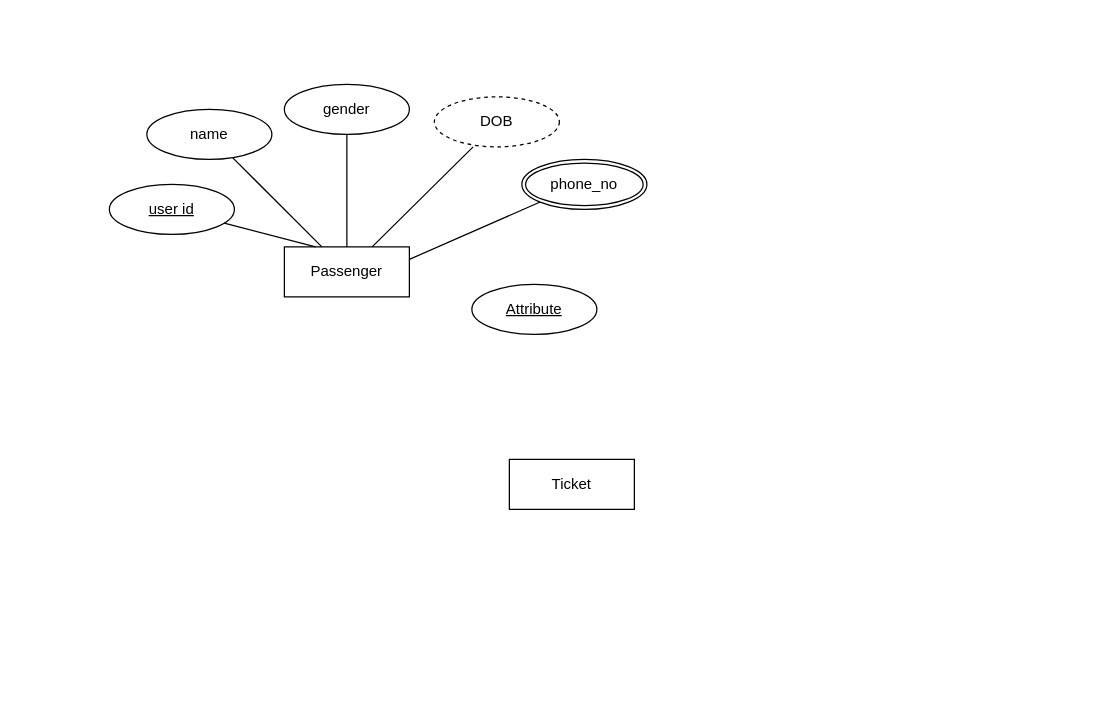
Above: OnlineRailwayReservation.drawio in harishrd/CSSE-2020 (draw.io), before the change. Source tidied: cells renumbered, new cells numbered last; positions are measured from the earlier drawing's top-left corner, leaving out a move shared by most shapes. Both pictures are drawn from the tidied source at 125%, with x=0, y=0 at pixel (109, 84).
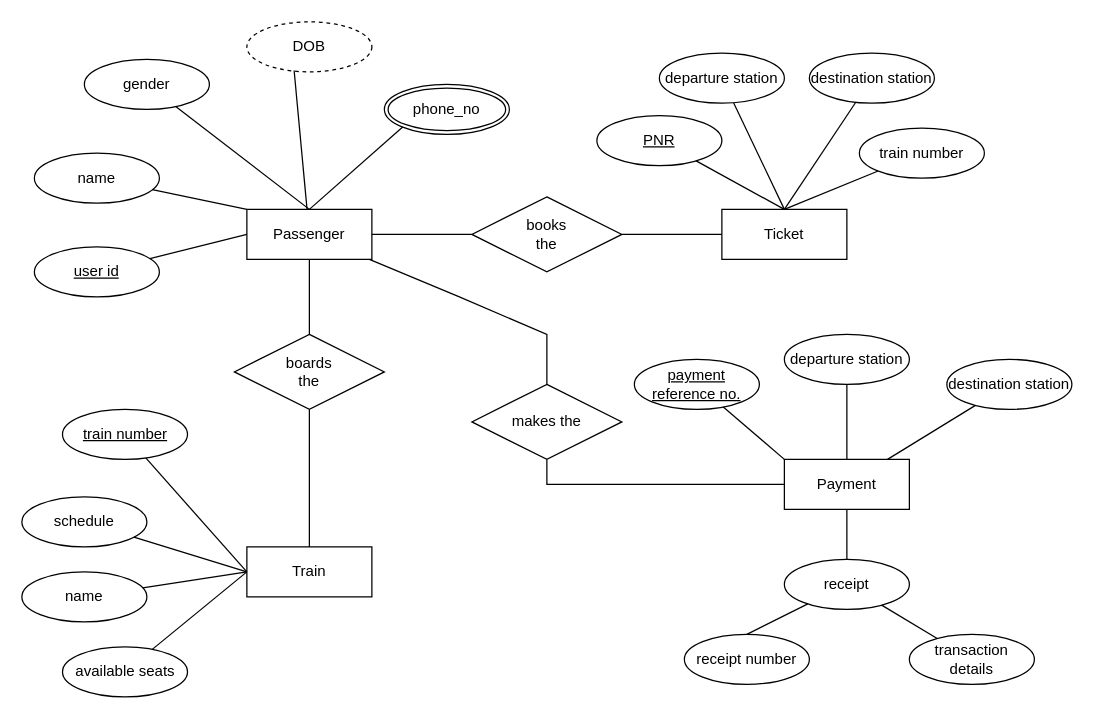
The same diagram, later.

The edit, as a diff of the source:
```diff
@@
     <mxCell id="2" value="Passenger&lt;br&gt;" style="whiteSpace=wrap;html=1;align=center;" parent="1" vertex="1">
-      <mxGeometry x="140" y="130" width="100" height="40" as="geometry" />
+      <mxGeometry x="110" y="100" width="100" height="40" as="geometry" />
     </mxCell>
     <mxCell id="3" value="Ticket&lt;br&gt;" style="whiteSpace=wrap;html=1;align=center;" parent="1" vertex="1">
-      <mxGeometry x="320" y="300" width="100" height="40" as="geometry" />
+      <mxGeometry x="490" y="100" width="100" height="40" as="geometry" />
     </mxCell>
     <mxCell id="4" value="DOB&lt;br&gt;" style="ellipse;whiteSpace=wrap;html=1;align=center;dashed=1;" parent="1" vertex="1">
-      <mxGeometry x="260" y="10" width="100" height="40" as="geometry" />
+      <mxGeometry x="110" y="-50" width="100" height="40" as="geometry" />
     </mxCell>
     <mxCell id="5" value="user id&lt;br&gt;" style="ellipse;whiteSpace=wrap;html=1;align=center;fontStyle=4;" parent="1" vertex="1">
-      <mxGeometry y="80" width="100" height="40" as="geometry" />
+      <mxGeometry x="-60" y="130" width="100" height="40" as="geometry" />
     </mxCell>
     <mxCell id="6" value="gender&lt;br&gt;" style="ellipse;whiteSpace=wrap;html=1;align=center;" parent="1" vertex="1">
-      <mxGeometry x="140" width="100" height="40" as="geometry" />
+      <mxGeometry x="-20" y="-20" width="100" height="40" as="geometry" />
     </mxCell>
     <mxCell id="7" value="name&lt;br&gt;" style="ellipse;whiteSpace=wrap;html=1;align=center;" parent="1" vertex="1">
-      <mxGeometry x="30" y="20" width="100" height="40" as="geometry" />
+      <mxGeometry x="-60" y="55" width="100" height="40" as="geometry" />
     </mxCell>
-    <mxCell id="8" style="endArrow=none;html=1;rounded=0;" parent="1" edge="1" source="7" target="2">
+    <mxCell id="8" style="endArrow=none;html=1;rounded=0;entryX=0;entryY=0;entryDx=0;entryDy=0;" parent="1" edge="1" source="7" target="2">
       <mxGeometry relative="1" as="geometry" />
     </mxCell>
-    <mxCell id="9" style="endArrow=none;html=1;rounded=0;entryX=0.25;entryY=0;entryDx=0;entryDy=0;" parent="1" edge="1" source="5" target="2">
+    <mxCell id="9" style="endArrow=none;html=1;rounded=0;entryX=0;entryY=0.5;entryDx=0;entryDy=0;" parent="1" edge="1" source="5" target="2">
       <mxGeometry relative="1" as="geometry" />
     </mxCell>
-    <mxCell id="10" style="endArrow=none;html=1;rounded=0;exitX=0.31;exitY=1;exitDx=0;exitDy=0;exitPerimeter=0;" parent="1" edge="1" source="4" target="2">
-      <mxGeometry relative="1" as="geometry" />
-    </mxCell>
-    <mxCell id="11" style="endArrow=none;html=1;rounded=0;" parent="1" edge="1" source="6" target="2">
+    <mxCell id="11" style="endArrow=none;html=1;rounded=0;entryX=0.5;entryY=0;entryDx=0;entryDy=0;" parent="1" edge="1" source="6" target="2">
       <mxGeometry relative="1" as="geometry" />
     </mxCell>
-    <mxCell id="12" value="Attribute" style="ellipse;whiteSpace=wrap;html=1;align=center;fontStyle=4;" parent="1" vertex="1">
-      <mxGeometry x="290" y="160" width="100" height="40" as="geometry" />
+    <mxCell id="12" value="PNR&lt;br&gt;" style="ellipse;whiteSpace=wrap;html=1;align=center;fontStyle=4;" parent="1" vertex="1">
+      <mxGeometry x="390" y="25" width="100" height="40" as="geometry" />
     </mxCell>
     <mxCell id="13" value="phone_no&lt;br&gt;" style="ellipse;shape=doubleEllipse;margin=3;whiteSpace=wrap;html=1;align=center;" parent="1" vertex="1">
-      <mxGeometry x="330" y="60" width="100" height="40" as="geometry" />
+      <mxGeometry x="220" width="100" height="40" as="geometry" />
     </mxCell>
-    <mxCell id="14" style="endArrow=none;html=1;rounded=0;exitX=1;exitY=0.25;exitDx=0;exitDy=0;entryX=0;entryY=1;entryDx=0;entryDy=0;" parent="1" edge="1" source="2" target="13">
+    <mxCell id="14" style="endArrow=none;html=1;rounded=0;exitX=0.5;exitY=0;exitDx=0;exitDy=0;entryX=0;entryY=1;entryDx=0;entryDy=0;" parent="1" edge="1" source="2" target="13">
       <mxGeometry relative="1" as="geometry" />
     </mxCell>
+    <mxCell id="15" value="departure station&lt;br&gt;" style="ellipse;whiteSpace=wrap;html=1;align=center;" parent="1" vertex="1">
+      <mxGeometry x="440" y="-25" width="100" height="40" as="geometry" />
+    </mxCell>
+    <mxCell id="16" value="destination station&lt;br&gt;" style="ellipse;whiteSpace=wrap;html=1;align=center;" parent="1" vertex="1">
+      <mxGeometry x="560" y="-25" width="100" height="40" as="geometry" />
+    </mxCell>
+    <mxCell id="17" value="train number&lt;br&gt;" style="ellipse;whiteSpace=wrap;html=1;align=center;" parent="1" vertex="1">
+      <mxGeometry x="600" y="35" width="100" height="40" as="geometry" />
+    </mxCell>
+    <mxCell id="18" value="receipt number&lt;br&gt;" style="ellipse;whiteSpace=wrap;html=1;align=center;" parent="1" vertex="1">
+      <mxGeometry x="460" y="440" width="100" height="40" as="geometry" />
+    </mxCell>
+    <mxCell id="19" style="endArrow=none;html=1;rounded=0;entryX=0.5;entryY=0;entryDx=0;entryDy=0;" parent="1" edge="1" source="12" target="3">
+      <mxGeometry relative="1" as="geometry" />
+    </mxCell>
+    <mxCell id="20" style="endArrow=none;html=1;rounded=0;entryX=0.5;entryY=0;entryDx=0;entryDy=0;" parent="1" edge="1" source="15" target="3">
+      <mxGeometry relative="1" as="geometry" />
+    </mxCell>
+    <mxCell id="21" value="Payment&lt;br&gt;" style="whiteSpace=wrap;html=1;align=center;" parent="1" vertex="1">
+      <mxGeometry x="540" y="300" width="100" height="40" as="geometry" />
+    </mxCell>
+    <mxCell id="22" value="payment&lt;br&gt;reference no.&lt;br&gt;" style="ellipse;whiteSpace=wrap;html=1;align=center;fontStyle=4;" parent="1" vertex="1">
+      <mxGeometry x="420" y="220" width="100" height="40" as="geometry" />
+    </mxCell>
+    <mxCell id="23" value="departure station&lt;br&gt;" style="ellipse;whiteSpace=wrap;html=1;align=center;" parent="1" vertex="1">
+      <mxGeometry x="540" y="200" width="100" height="40" as="geometry" />
+    </mxCell>
+    <mxCell id="24" value="destination station&lt;br&gt;" style="ellipse;whiteSpace=wrap;html=1;align=center;" parent="1" vertex="1">
+      <mxGeometry x="670" y="220" width="100" height="40" as="geometry" />
+    </mxCell>
+    <mxCell id="25" value="receipt&lt;br&gt;" style="ellipse;whiteSpace=wrap;html=1;align=center;" parent="1" vertex="1">
+      <mxGeometry x="540" y="380" width="100" height="40" as="geometry" />
+    </mxCell>
+    <mxCell id="26" style="endArrow=none;html=1;rounded=0;" parent="1" edge="1" source="21" target="25">
+      <mxGeometry relative="1" as="geometry" />
+    </mxCell>
+    <mxCell id="27" style="endArrow=none;html=1;rounded=0;entryX=0.5;entryY=0;entryDx=0;entryDy=0;" parent="1" edge="1" source="25" target="18">
+      <mxGeometry relative="1" as="geometry" />
+    </mxCell>
+    <mxCell id="28" value="Train" style="whiteSpace=wrap;html=1;align=center;" parent="1" vertex="1">
+      <mxGeometry x="110" y="370" width="100" height="40" as="geometry" />
+    </mxCell>
+    <mxCell id="29" value="train number" style="ellipse;whiteSpace=wrap;html=1;align=center;fontStyle=4;" parent="1" vertex="1">
+      <mxGeometry x="-37.5" y="260" width="100" height="40" as="geometry" />
+    </mxCell>
+    <mxCell id="30" value="name" style="ellipse;whiteSpace=wrap;html=1;align=center;" parent="1" vertex="1">
+      <mxGeometry x="-70" y="390" width="100" height="40" as="geometry" />
+    </mxCell>
+    <mxCell id="31" value="available seats" style="ellipse;whiteSpace=wrap;html=1;align=center;" parent="1" vertex="1">
+      <mxGeometry x="-37.5" y="450" width="100" height="40" as="geometry" />
+    </mxCell>
+    <mxCell id="32" value="schedule" style="ellipse;whiteSpace=wrap;html=1;align=center;" parent="1" vertex="1">
+      <mxGeometry x="-70" y="330" width="100" height="40" as="geometry" />
+    </mxCell>
+    <mxCell id="33" style="endArrow=none;html=1;rounded=0;entryX=0;entryY=0.5;entryDx=0;entryDy=0;" parent="1" edge="1" source="29" target="28">
+      <mxGeometry relative="1" as="geometry" />
+    </mxCell>
+    <mxCell id="34" style="endArrow=none;html=1;rounded=0;entryX=0;entryY=0.5;entryDx=0;entryDy=0;" parent="1" edge="1" source="30" target="28">
+      <mxGeometry relative="1" as="geometry" />
+    </mxCell>
+    <mxCell id="35" style="endArrow=none;html=1;rounded=0;entryX=0.5;entryY=0;entryDx=0;entryDy=0;" parent="1" edge="1" source="23" target="21">
+      <mxGeometry relative="1" as="geometry" />
+    </mxCell>
+    <mxCell id="36" value="books&lt;br&gt;the" style="shape=rhombus;perimeter=rhombusPerimeter;whiteSpace=wrap;html=1;align=center;" parent="1" vertex="1">
+      <mxGeometry x="290" y="90" width="120" height="60" as="geometry" />
+    </mxCell>
+    <mxCell id="37" style="endArrow=none;html=1;rounded=0;" parent="1" edge="1" source="17">
+      <mxGeometry relative="1" as="geometry">
+        <mxPoint x="540" y="100" as="targetPoint" />
+      </mxGeometry>
+    </mxCell>
+    <mxCell id="38" style="endArrow=none;html=1;rounded=0;" parent="1" edge="1" target="16">
+      <mxGeometry relative="1" as="geometry">
+        <mxPoint x="540" y="100" as="sourcePoint" />
+      </mxGeometry>
+    </mxCell>
+    <mxCell id="39" style="endArrow=none;html=1;rounded=0;entryX=0;entryY=0.5;entryDx=0;entryDy=0;" parent="1" edge="1" source="2" target="36">
+      <mxGeometry relative="1" as="geometry" />
+    </mxCell>
+    <mxCell id="40" style="endArrow=none;html=1;rounded=0;" parent="1" edge="1" source="3" target="36">
+      <mxGeometry relative="1" as="geometry" />
+    </mxCell>
+    <mxCell id="41" style="endArrow=none;html=1;rounded=0;exitX=0;exitY=0.5;exitDx=0;exitDy=0;" parent="1" edge="1" source="28" target="32">
+      <mxGeometry relative="1" as="geometry" />
+    </mxCell>
+    <mxCell id="42" style="endArrow=none;html=1;rounded=0;exitX=0;exitY=0.5;exitDx=0;exitDy=0;" parent="1" edge="1" source="28" target="31">
+      <mxGeometry relative="1" as="geometry" />
+    </mxCell>
+    <mxCell id="43" value="boards&lt;br&gt;the" style="shape=rhombus;perimeter=rhombusPerimeter;whiteSpace=wrap;html=1;align=center;" parent="1" vertex="1">
+      <mxGeometry x="100" y="200" width="120" height="60" as="geometry" />
+    </mxCell>
+    <mxCell id="44" style="endArrow=none;html=1;rounded=0;exitX=0.5;exitY=1;exitDx=0;exitDy=0;entryX=0.5;entryY=0;entryDx=0;entryDy=0;" parent="1" edge="1" source="43" target="28">
+      <mxGeometry relative="1" as="geometry" />
+    </mxCell>
+    <mxCell id="45" style="endArrow=none;html=1;rounded=0;exitX=0.5;exitY=1;exitDx=0;exitDy=0;entryX=0.5;entryY=0;entryDx=0;entryDy=0;" parent="1" edge="1" source="2" target="43">
+      <mxGeometry relative="1" as="geometry" />
+    </mxCell>
+    <mxCell id="10" style="endArrow=none;html=1;rounded=0;exitX=0.378;exitY=0.972;exitDx=0;exitDy=0;exitPerimeter=0;" parent="1" edge="1" source="4" target="2">
+      <mxGeometry relative="1" as="geometry" />
+    </mxCell>
+    <mxCell id="46" value="makes the" style="shape=rhombus;perimeter=rhombusPerimeter;whiteSpace=wrap;html=1;align=center;" parent="1" vertex="1">
+      <mxGeometry x="290" y="240" width="120" height="60" as="geometry" />
+    </mxCell>
+    <mxCell id="47" style="endArrow=none;html=1;rounded=0;entryX=0.5;entryY=0;entryDx=0;entryDy=0;" parent="1" edge="1" source="2" target="46">
+      <mxGeometry relative="1" as="geometry">
+        <Array as="points">
+          <mxPoint x="280" y="170" />
+          <mxPoint x="350" y="200" />
+        </Array>
+      </mxGeometry>
+    </mxCell>
+    <mxCell id="48" style="endArrow=none;html=1;rounded=0;entryX=0;entryY=0.5;entryDx=0;entryDy=0;entryPerimeter=0;" parent="1" edge="1" source="46" target="21">
+      <mxGeometry relative="1" as="geometry">
+        <Array as="points">
+          <mxPoint x="350" y="320" />
+        </Array>
+      </mxGeometry>
+    </mxCell>
+    <mxCell id="49" style="endArrow=none;html=1;rounded=0;exitX=0;exitY=0;exitDx=0;exitDy=0;" parent="1" edge="1" source="21" target="22">
+      <mxGeometry relative="1" as="geometry" />
+    </mxCell>
+    <mxCell id="50" style="endArrow=none;html=1;rounded=0;" parent="1" edge="1" source="24" target="21">
+      <mxGeometry relative="1" as="geometry" />
+    </mxCell>
+    <mxCell id="51" value="transaction&lt;br&gt;details" style="ellipse;whiteSpace=wrap;html=1;align=center;" parent="1" vertex="1">
+      <mxGeometry x="640" y="440" width="100" height="40" as="geometry" />
+    </mxCell>
+    <mxCell id="52" style="endArrow=none;html=1;rounded=0;" parent="1" edge="1" source="25" target="51">
+      <mxGeometry relative="1" as="geometry" />
+    </mxCell>
```
